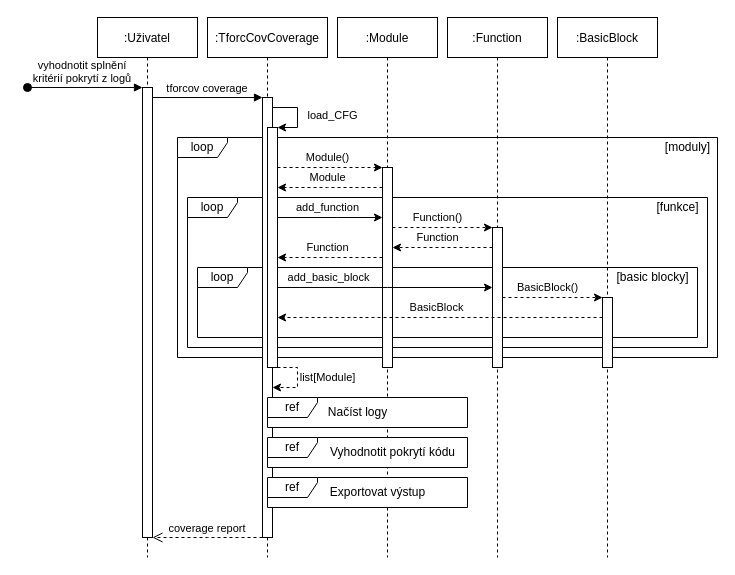
Above: coverage_loadpaths_sequence_diagram.drawio in petkapou/DIP_diagrams (draw.io), before the change. Source tidied: cells renumbered, new cells numbered last; positions are measured from the earlier drawing's top-left corner, leaving out a move shared by most shapes. Both pictures are drawn from the tidied source at 100%, with x=0, y=0 at pixel (27, 17).
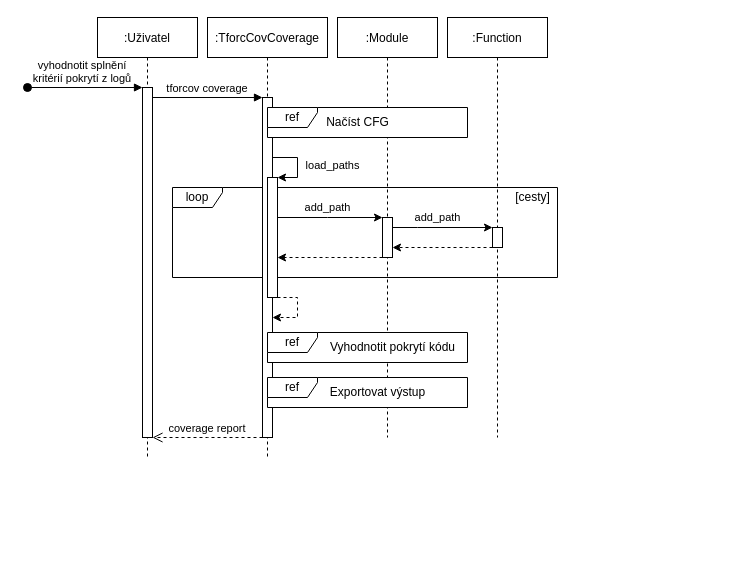
The same diagram, later.

Change to the diagram source:
```diff
@@
     <mxCell id="2" value="loop" style="shape=umlFrame;whiteSpace=wrap;html=1;width=50;height=20;" parent="1" vertex="1">
-      <mxGeometry x="150" y="120" width="540" height="220" as="geometry" />
+      <mxGeometry x="145" y="170" width="385" height="90" as="geometry" />
     </mxCell>
-    <mxCell id="3" value="loop" style="shape=umlFrame;whiteSpace=wrap;html=1;width=50;height=20;" parent="1" vertex="1">
-      <mxGeometry x="160" y="180" width="520" height="150" as="geometry" />
-    </mxCell>
-    <mxCell id="4" value="loop" style="shape=umlFrame;whiteSpace=wrap;html=1;width=50;height=20;" parent="1" vertex="1">
-      <mxGeometry x="170" y="250" width="500" height="70" as="geometry" />
-    </mxCell>
     <mxCell id="5" value=":Uživatel" style="shape=umlLifeline;perimeter=lifelinePerimeter;rounded=0;shadow=0;strokeWidth=1;" parent="1" vertex="1">
-      <mxGeometry x="70" width="100" height="540" as="geometry" />
+      <mxGeometry x="70" width="100" height="440" as="geometry" />
     </mxCell>
     <mxCell id="6" style="points=[];perimeter=orthogonalPerimeter;rounded=0;shadow=0;strokeWidth=1;" parent="5" vertex="1">
-      <mxGeometry x="45" y="70" width="10" height="450" as="geometry" />
+      <mxGeometry x="45" y="70" width="10" height="350" as="geometry" />
     </mxCell>
@@
     <mxCell id="8" value=":TforcCovCoverage" style="shape=umlLifeline;perimeter=lifelinePerimeter;rounded=0;shadow=0;strokeWidth=1;" parent="1" vertex="1">
-      <mxGeometry x="180" width="120" height="540" as="geometry" />
+      <mxGeometry x="180" width="120" height="440" as="geometry" />
     </mxCell>
     <mxCell id="9" style="points=[];perimeter=orthogonalPerimeter;rounded=0;shadow=0;strokeWidth=1;" parent="8" vertex="1">
-      <mxGeometry x="55" y="80" width="10" height="440" as="geometry" />
+      <mxGeometry x="55" y="80" width="10" height="340" as="geometry" />
     </mxCell>
-    <mxCell id="10" value="load_CFG" style="edgeStyle=orthogonalEdgeStyle;rounded=0;jettySize=auto;html=1;" parent="8" edge="1" source="9" target="11">
+    <mxCell id="10" value="load_paths" style="edgeStyle=orthogonalEdgeStyle;rounded=0;jettySize=auto;html=1;" parent="8" edge="1" source="9" target="11">
       <mxGeometry y="35" relative="1" as="geometry">
         <Array as="points">
-          <mxPoint x="90" y="90" />
-          <mxPoint x="90" y="110" />
+          <mxPoint x="90" y="140" />
+          <mxPoint x="90" y="160" />
         </Array>
       </mxGeometry>
     </mxCell>
     <mxCell id="11" style="points=[];perimeter=orthogonalPerimeter;rounded=0;shadow=0;strokeWidth=1;" parent="8" vertex="1">
-      <mxGeometry x="60" y="110" width="10" height="240" as="geometry" />
+      <mxGeometry x="60" y="160" width="10" height="120" as="geometry" />
     </mxCell>
-    <mxCell id="12" value="list[Module]" style="edgeStyle=orthogonalEdgeStyle;rounded=0;jettySize=auto;html=1;dashed=1;" parent="8" edge="1" source="11" target="9">
+    <mxCell id="12" style="edgeStyle=orthogonalEdgeStyle;rounded=0;jettySize=auto;html=1;dashed=1;" parent="8" edge="1" source="11" target="9">
       <mxGeometry x="-0.08" y="30" relative="1" as="geometry">
         <Array as="points">
-          <mxPoint x="90" y="350" />
-          <mxPoint x="90" y="370" />
+          <mxPoint x="90" y="280" />
+          <mxPoint x="90" y="300" />
         </Array>
       </mxGeometry>
     </mxCell>
@@
     <mxCell id="14" value="coverage report" style="verticalAlign=bottom;endArrow=open;dashed=1;endSize=8;shadow=0;strokeWidth=1;" parent="1" edge="1" source="9" target="6">
       <mxGeometry relative="1" as="geometry">
         <Array as="points">
-          <mxPoint x="190" y="520" />
+          <mxPoint x="190" y="420" />
         </Array>
       </mxGeometry>
     </mxCell>
     <mxCell id="15" value=":Module" style="shape=umlLifeline;perimeter=lifelinePerimeter;rounded=0;shadow=0;strokeWidth=1;" parent="1" vertex="1">
-      <mxGeometry x="310" width="100" height="540" as="geometry" />
+      <mxGeometry x="310" width="100" height="420" as="geometry" />
     </mxCell>
     <mxCell id="16" style="points=[];perimeter=orthogonalPerimeter;rounded=0;shadow=0;strokeWidth=1;" parent="15" vertex="1">
-      <mxGeometry x="45" y="150" width="10" height="200" as="geometry" />
+      <mxGeometry x="45" y="200" width="10" height="40" as="geometry" />
     </mxCell>
-    <mxCell id="17" value="Module()" style="edgeStyle=orthogonalEdgeStyle;rounded=0;jettySize=auto;html=1;dashed=1;" parent="1" edge="1" source="11" target="16">
+    <mxCell id="17" value="add_path" style="edgeStyle=orthogonalEdgeStyle;rounded=0;jettySize=auto;html=1;" parent="1" edge="1" source="11" target="16">
       <mxGeometry x="-0.05" y="10" relative="1" as="geometry">
         <Array as="points">
-          <mxPoint x="290" y="150" />
-          <mxPoint x="290" y="150" />
+          <mxPoint x="300" y="200" />
+          <mxPoint x="300" y="200" />
         </Array>
       </mxGeometry>
     </mxCell>
     <mxCell id="18" value=":Function" style="shape=umlLifeline;perimeter=lifelinePerimeter;rounded=0;shadow=0;strokeWidth=1;" parent="1" vertex="1">
-      <mxGeometry x="420" width="100" height="540" as="geometry" />
+      <mxGeometry x="420" width="100" height="420" as="geometry" />
     </mxCell>
     <mxCell id="19" style="points=[];perimeter=orthogonalPerimeter;rounded=0;shadow=0;strokeWidth=1;" parent="18" vertex="1">
-      <mxGeometry x="45" y="210" width="10" height="140" as="geometry" />
+      <mxGeometry x="45" y="210" width="10" height="20" as="geometry" />
     </mxCell>
-    <mxCell id="20" value=":BasicBlock" style="shape=umlLifeline;perimeter=lifelinePerimeter;rounded=0;shadow=0;strokeWidth=1;" parent="1" vertex="1">
-      <mxGeometry x="530" width="100" height="540" as="geometry" />
-    </mxCell>
-    <mxCell id="21" style="points=[];perimeter=orthogonalPerimeter;rounded=0;shadow=0;strokeWidth=1;" parent="20" vertex="1">
-      <mxGeometry x="45" y="280" width="10" height="70" as="geometry" />
-    </mxCell>
-    <mxCell id="22" value="add_function" style="edgeStyle=orthogonalEdgeStyle;rounded=0;jettySize=auto;html=1;" parent="1" edge="1" source="11" target="16">
-      <mxGeometry x="-0.05" y="10" relative="1" as="geometry">
-        <Array as="points">
-          <mxPoint x="310" y="200" />
-          <mxPoint x="310" y="200" />
-        </Array>
-      </mxGeometry>
-    </mxCell>
-    <mxCell id="23" value="Function()" style="edgeStyle=orthogonalEdgeStyle;rounded=0;jettySize=auto;html=1;dashed=1;" parent="1" edge="1" source="16" target="19">
+    <mxCell id="23" value="add_path" style="edgeStyle=orthogonalEdgeStyle;rounded=0;jettySize=auto;html=1;" parent="1" edge="1" source="16" target="19">
       <mxGeometry x="-0.1" y="10" relative="1" as="geometry">
         <Array as="points">
-          <mxPoint x="410" y="210" />
-          <mxPoint x="410" y="210" />
+          <mxPoint x="390" y="210" />
+          <mxPoint x="390" y="210" />
         </Array>
       </mxGeometry>
     </mxCell>
-    <mxCell id="24" value="add_basic_block" style="edgeStyle=orthogonalEdgeStyle;rounded=0;jettySize=auto;html=1;" parent="1" edge="1" source="11" target="19">
-      <mxGeometry x="-0.53" y="10" relative="1" as="geometry">
-        <Array as="points">
-          <mxPoint x="360" y="270" />
-          <mxPoint x="360" y="270" />
-        </Array>
-      </mxGeometry>
-    </mxCell>
-    <mxCell id="25" value="BasicBlock()" style="edgeStyle=orthogonalEdgeStyle;rounded=0;jettySize=auto;html=1;dashed=1;" parent="1" edge="1" source="19" target="21">
-      <mxGeometry x="-0.1" y="10" relative="1" as="geometry">
-        <Array as="points">
-          <mxPoint x="520" y="280" />
-          <mxPoint x="520" y="280" />
-        </Array>
-      </mxGeometry>
-    </mxCell>
-    <mxCell id="26" value="Module" style="edgeStyle=orthogonalEdgeStyle;rounded=0;jettySize=auto;html=1;dashed=1;" parent="1" edge="1" source="16" target="11">
-      <mxGeometry x="0.05" y="-10" relative="1" as="geometry">
-        <Array as="points">
-          <mxPoint x="300" y="170" />
-          <mxPoint x="300" y="170" />
-        </Array>
-      </mxGeometry>
-    </mxCell>
-    <mxCell id="27" value="Function" style="edgeStyle=orthogonalEdgeStyle;rounded=0;jettySize=auto;html=1;dashed=1;" parent="1" edge="1" source="16" target="11">
+    <mxCell id="27" style="edgeStyle=orthogonalEdgeStyle;rounded=0;jettySize=auto;html=1;dashed=1;" parent="1" edge="1" source="16" target="11">
       <mxGeometry x="0.05" y="-10" relative="1" as="geometry">
         <Array as="points">
           <mxPoint x="300" y="240" />
           <mxPoint x="300" y="240" />
         </Array>
       </mxGeometry>
     </mxCell>
-    <mxCell id="28" value="Function" style="edgeStyle=orthogonalEdgeStyle;rounded=0;jettySize=auto;html=1;dashed=1;" parent="1" edge="1" source="19" target="16">
+    <mxCell id="28" style="edgeStyle=orthogonalEdgeStyle;rounded=0;jettySize=auto;html=1;dashed=1;" parent="1" edge="1" source="19" target="16">
       <mxGeometry x="0.1" y="-10" relative="1" as="geometry">
         <Array as="points">
-          <mxPoint x="420" y="230" />
-          <mxPoint x="420" y="230" />
+          <mxPoint x="440" y="230" />
+          <mxPoint x="440" y="230" />
         </Array>
       </mxGeometry>
     </mxCell>
-    <mxCell id="29" value="BasicBlock" style="edgeStyle=orthogonalEdgeStyle;rounded=0;jettySize=auto;html=1;dashed=1;" parent="1" edge="1" source="21" target="11">
-      <mxGeometry x="0.02" y="-10" relative="1" as="geometry">
-        <Array as="points">
-          <mxPoint x="420" y="300" />
-          <mxPoint x="420" y="300" />
-        </Array>
-      </mxGeometry>
-    </mxCell>
     <mxCell id="30" value="ref" style="shape=umlFrame;whiteSpace=wrap;html=1;width=50;height=20;swimlaneFillColor=default;" parent="1" vertex="1">
-      <mxGeometry x="240" y="380" width="200" height="30" as="geometry" />
+      <mxGeometry x="240" y="90" width="200" height="30" as="geometry" />
     </mxCell>
     <mxCell id="31" value="ref" style="shape=umlFrame;whiteSpace=wrap;html=1;width=50;height=20;swimlaneFillColor=default;" parent="1" vertex="1">
-      <mxGeometry x="240" y="420" width="200" height="30" as="geometry" />
+      <mxGeometry x="240" y="315" width="200" height="30" as="geometry" />
     </mxCell>
-    <mxCell id="32" value="Načíst logy" style="text;html=1;align=center;verticalAlign=middle;fillColor=none;strokeColor=none;rounded=0;" parent="1" vertex="1">
-      <mxGeometry x="295" y="385" width="70" height="20" as="geometry" />
+    <mxCell id="32" value="Načíst CFG" style="text;html=1;align=center;verticalAlign=middle;fillColor=none;strokeColor=none;rounded=0;" parent="1" vertex="1">
+      <mxGeometry x="290" y="95" width="80" height="20" as="geometry" />
     </mxCell>
     <mxCell id="33" value="Vyhodnotit pokrytí kódu" style="text;html=1;align=center;verticalAlign=middle;fillColor=none;strokeColor=none;rounded=0;" parent="1" vertex="1">
-      <mxGeometry x="295" y="425" width="140" height="20" as="geometry" />
+      <mxGeometry x="295" y="320" width="140" height="20" as="geometry" />
     </mxCell>
-    <mxCell id="34" value="[moduly]" style="text;html=1;align=center;verticalAlign=middle;fillColor=none;strokeColor=none;rounded=0;" parent="1" vertex="1">
-      <mxGeometry x="630" y="120" width="60" height="20" as="geometry" />
+    <mxCell id="34" value="[cesty]" style="text;html=1;align=center;verticalAlign=middle;fillColor=none;strokeColor=none;rounded=0;" parent="1" vertex="1">
+      <mxGeometry x="480" y="170" width="50" height="20" as="geometry" />
     </mxCell>
-    <mxCell id="35" value="[funkce]" style="text;html=1;align=center;verticalAlign=middle;fillColor=none;strokeColor=none;rounded=0;" parent="1" vertex="1">
-      <mxGeometry x="620" y="180" width="60" height="20" as="geometry" />
-    </mxCell>
-    <mxCell id="36" value="[basic blocky]" style="text;html=1;align=center;verticalAlign=middle;fillColor=none;strokeColor=none;rounded=0;" parent="1" vertex="1">
-      <mxGeometry x="580" y="250" width="90" height="20" as="geometry" />
-    </mxCell>
     <mxCell id="37" value="ref" style="shape=umlFrame;whiteSpace=wrap;html=1;width=50;height=20;swimlaneFillColor=default;" parent="1" vertex="1">
-      <mxGeometry x="240" y="460" width="200" height="30" as="geometry" />
+      <mxGeometry x="240" y="360" width="200" height="30" as="geometry" />
     </mxCell>
     <mxCell id="38" value="Exportovat výstup" style="text;html=1;align=center;verticalAlign=middle;fillColor=none;strokeColor=none;rounded=0;" parent="1" vertex="1">
-      <mxGeometry x="295" y="465" width="110" height="20" as="geometry" />
+      <mxGeometry x="295" y="365" width="110" height="20" as="geometry" />
     </mxCell>
```
